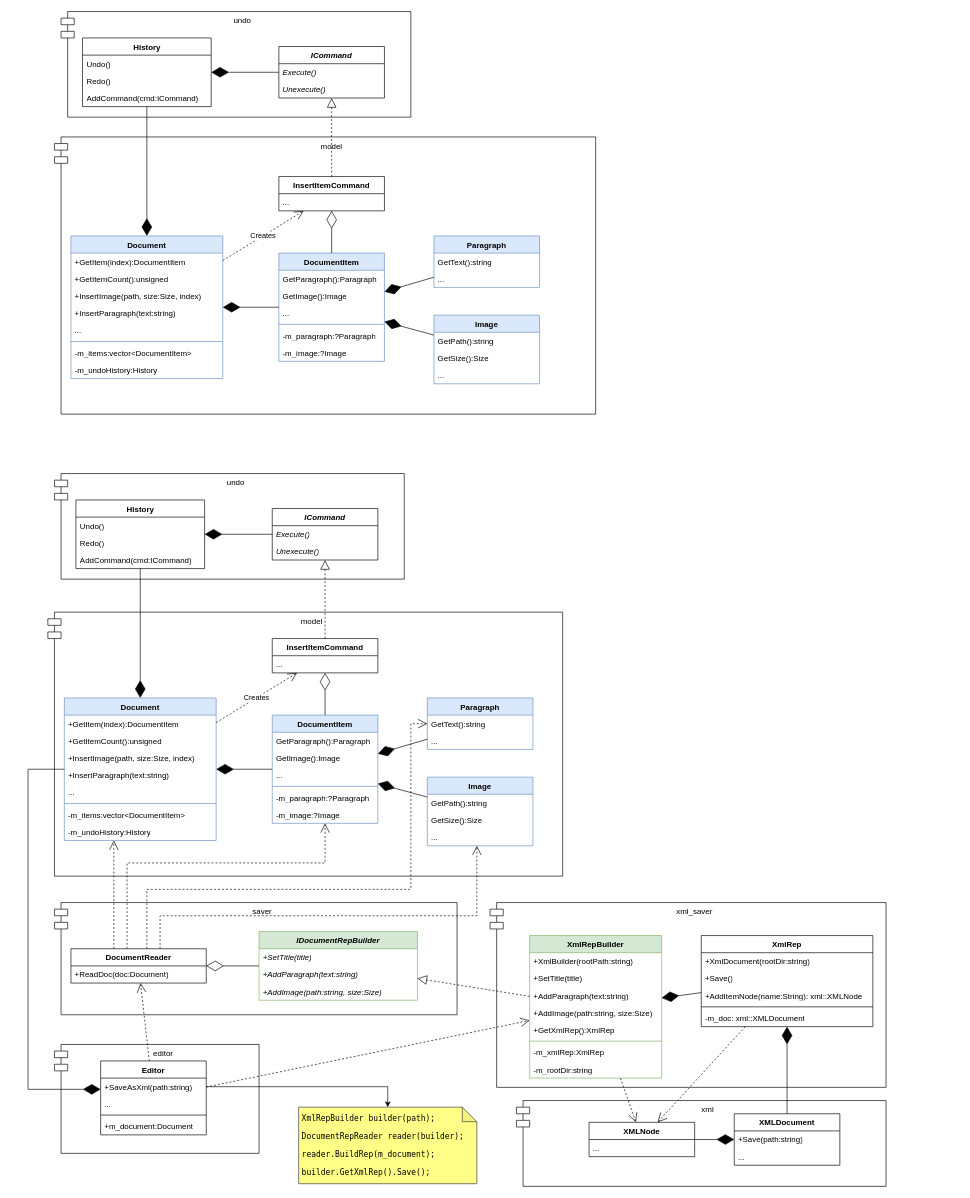
Earlier version of the draw.io diagram lectures/15.builder/document-saver.drawio (alexey-malov/ood). Source tidied: cells renumbered, new cells numbered last; positions are measured from the earlier drawing's top-left corner, leaving out a move shared by most shapes. Both pictures are drawn from the tidied source at 66%, with x=0, y=0 at pixel (28, 11).
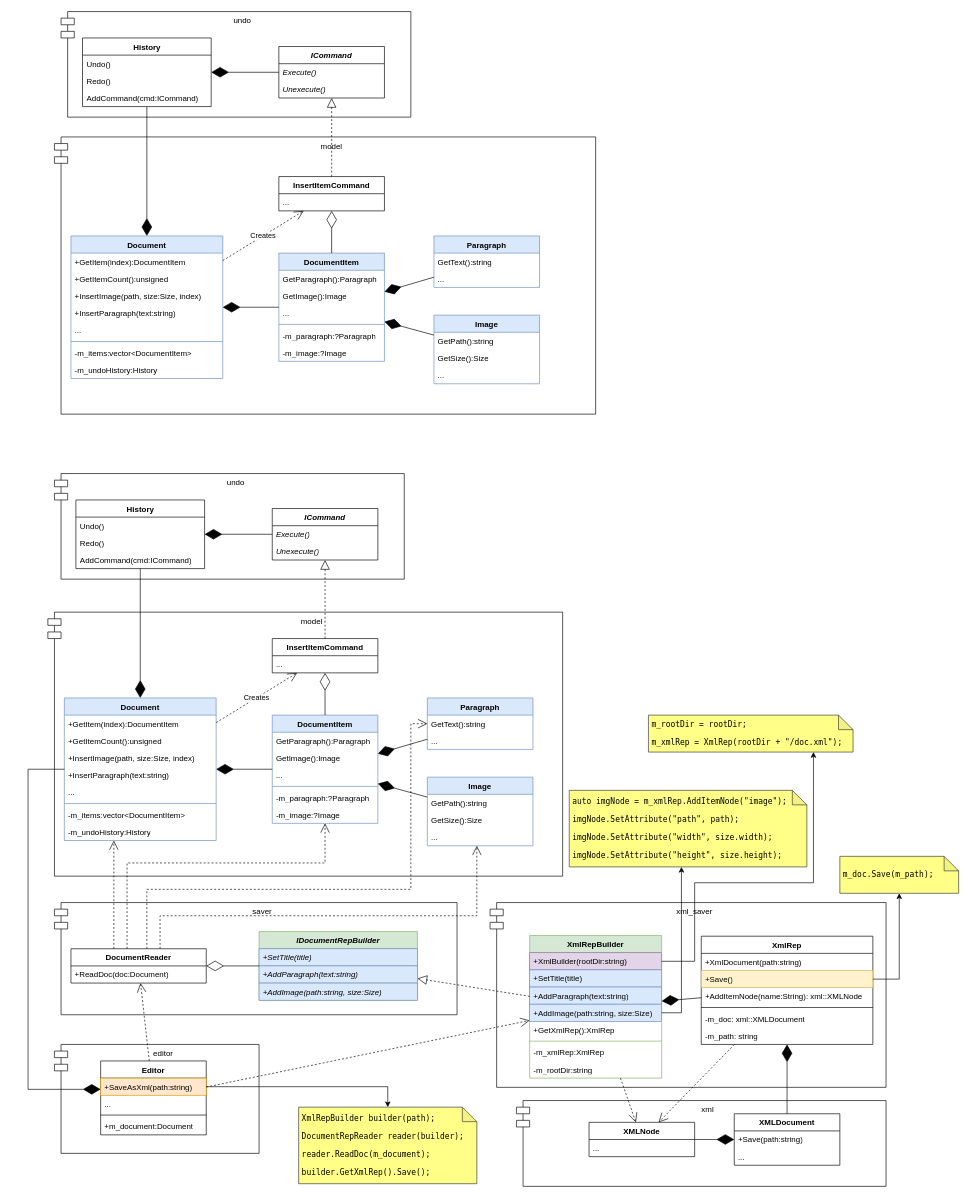
Above is the later version.

The change refers to these unchanged cells:
```xml
<mxCell id="90" value="IDocumentRepBuilder" style="swimlane;fontStyle=3;align=center;verticalAlign=top;horizontal=1;startSize=26;whiteSpace=wrap;html=1;fillColor=#d5e8d4;strokeColor=#82b366;" parent="1" vertex="1">
  <mxGeometry x="350" y="1394" width="240" height="104" as="geometry" />
</mxCell>
<mxCell id="100" value="XmlRepBuilder" style="swimlane;fontStyle=1;align=center;verticalAlign=top;horizontal=1;startSize=26;whiteSpace=wrap;html=1;fillColor=#d5e8d4;strokeColor=#82b366;" parent="1" vertex="1">
  <mxGeometry x="760" y="1400" width="200" height="216" as="geometry" />
</mxCell>
<mxCell id="127" value="Editor" style="swimlane;fontStyle=1;align=center;verticalAlign=top;horizontal=1;startSize=26;whiteSpace=wrap;html=1;" parent="1" vertex="1">
  <mxGeometry x="110" y="1590" width="160" height="112" as="geometry" />
</mxCell>
```

Change to the diagram source:
```diff
@@
-    <mxCell id="91" value="+SetTitle(title)" style="text;strokeColor=none;fillColor=none;align=left;verticalAlign=top;spacingLeft=4;spacingRight=4;overflow=hidden;whiteSpace=wrap;html=1;fontStyle=2;" parent="90" vertex="1">
+    <mxCell id="91" value="+SetTitle(title)" style="text;strokeColor=#6c8ebf;fillColor=#dae8fc;align=left;verticalAlign=top;spacingLeft=4;spacingRight=4;overflow=hidden;whiteSpace=wrap;html=1;fontStyle=2;" parent="90" vertex="1">
       <mxGeometry y="26" width="240" height="26" as="geometry" />
     </mxCell>
-    <mxCell id="92" value="+AddParagraph(text:string)" style="text;strokeColor=none;fillColor=none;align=left;verticalAlign=top;spacingLeft=4;spacingRight=4;overflow=hidden;whiteSpace=wrap;html=1;fontStyle=2;" parent="90" vertex="1">
+    <mxCell id="92" value="+AddParagraph(text:string)" style="text;strokeColor=#6c8ebf;fillColor=#dae8fc;align=left;verticalAlign=top;spacingLeft=4;spacingRight=4;overflow=hidden;whiteSpace=wrap;html=1;fontStyle=2;" parent="90" vertex="1">
       <mxGeometry y="52" width="240" height="26" as="geometry" />
     </mxCell>
-    <mxCell id="93" value="+AddImage(path:string, size:Size)" style="text;strokeColor=none;fillColor=none;align=left;verticalAlign=top;spacingLeft=4;spacingRight=4;overflow=hidden;whiteSpace=wrap;html=1;fontStyle=2;" parent="90" vertex="1">
+    <mxCell id="93" value="+AddImage(path:string, size:Size)" style="text;strokeColor=#6c8ebf;fillColor=#dae8fc;align=left;verticalAlign=top;spacingLeft=4;spacingRight=4;overflow=hidden;whiteSpace=wrap;html=1;fontStyle=2;" parent="90" vertex="1">
       <mxGeometry y="78" width="240" height="26" as="geometry" />
     </mxCell>
@@
-    <mxCell id="101" value="+XmlBuilder(rootPath:string)" style="text;strokeColor=none;fillColor=none;align=left;verticalAlign=top;spacingLeft=4;spacingRight=4;overflow=hidden;points=[[0,0.5],[1,0.5]];portConstraint=eastwest;whiteSpace=wrap;html=1;" parent="100" vertex="1">
+    <mxCell id="101" value="+XmlBuilder(rootDir:string)" style="text;strokeColor=#9673a6;fillColor=#e1d5e7;align=left;verticalAlign=top;spacingLeft=4;spacingRight=4;overflow=hidden;points=[[0,0.5],[1,0.5]];portConstraint=eastwest;whiteSpace=wrap;html=1;" parent="100" vertex="1">
       <mxGeometry y="26" width="200" height="26" as="geometry" />
     </mxCell>
-    <mxCell id="102" value="+SetTitle(title)" style="text;strokeColor=none;fillColor=none;align=left;verticalAlign=top;spacingLeft=4;spacingRight=4;overflow=hidden;whiteSpace=wrap;html=1;fontStyle=0;" parent="100" vertex="1">
+    <mxCell id="102" value="+SetTitle(title)" style="text;strokeColor=#6c8ebf;fillColor=#dae8fc;align=left;verticalAlign=top;spacingLeft=4;spacingRight=4;overflow=hidden;whiteSpace=wrap;html=1;fontStyle=0;" parent="100" vertex="1">
       <mxGeometry y="52" width="200" height="26" as="geometry" />
     </mxCell>
-    <mxCell id="103" value="+AddParagraph(text:string)" style="text;strokeColor=none;fillColor=none;align=left;verticalAlign=top;spacingLeft=4;spacingRight=4;overflow=hidden;whiteSpace=wrap;html=1;fontStyle=0;" parent="100" vertex="1">
+    <mxCell id="103" value="+AddParagraph(text:string)" style="text;strokeColor=#6c8ebf;fillColor=#dae8fc;align=left;verticalAlign=top;spacingLeft=4;spacingRight=4;overflow=hidden;whiteSpace=wrap;html=1;fontStyle=0;" parent="100" vertex="1">
       <mxGeometry y="78" width="200" height="26" as="geometry" />
     </mxCell>
-    <mxCell id="104" value="+AddImage(path:string, size:Size)" style="text;strokeColor=none;fillColor=none;align=left;verticalAlign=top;spacingLeft=4;spacingRight=4;overflow=hidden;points=[[0,0.5],[1,0.5]];portConstraint=eastwest;whiteSpace=wrap;html=1;fontStyle=0;" parent="100" vertex="1">
+    <mxCell id="104" value="+AddImage(path:string, size:Size)" style="text;strokeColor=#6c8ebf;fillColor=#dae8fc;align=left;verticalAlign=top;spacingLeft=4;spacingRight=4;overflow=hidden;points=[[0,0.5],[1,0.5]];portConstraint=eastwest;whiteSpace=wrap;html=1;fontStyle=0;" parent="100" vertex="1">
       <mxGeometry y="104" width="200" height="26" as="geometry" />
     </mxCell>
@@
     <mxCell id="110" value="XmlRep" style="swimlane;fontStyle=1;align=center;verticalAlign=top;horizontal=1;startSize=26;whiteSpace=wrap;html=1;" parent="1" vertex="1">
-      <mxGeometry x="1020" y="1400" width="260" height="138" as="geometry" />
+      <mxGeometry x="1020" y="1401" width="260" height="164" as="geometry" />
     </mxCell>
-    <mxCell id="111" value="+XmlDocument(rootDir:string)" style="text;strokeColor=none;fillColor=none;align=left;verticalAlign=top;spacingLeft=4;spacingRight=4;overflow=hidden;whiteSpace=wrap;html=1;" parent="110" vertex="1">
+    <mxCell id="111" value="+XmlDocument(path:string)" style="text;strokeColor=none;fillColor=none;align=left;verticalAlign=top;spacingLeft=4;spacingRight=4;overflow=hidden;whiteSpace=wrap;html=1;" parent="110" vertex="1">
       <mxGeometry y="26" width="260" height="26" as="geometry" />
     </mxCell>
-    <mxCell id="112" value="+Save()" style="text;strokeColor=none;fillColor=none;align=left;verticalAlign=top;spacingLeft=4;spacingRight=4;overflow=hidden;points=[[0,0.5],[1,0.5]];portConstraint=eastwest;whiteSpace=wrap;html=1;" parent="110" vertex="1">
+    <mxCell id="112" value="+Save()" style="text;strokeColor=#d6b656;fillColor=#fff2cc;align=left;verticalAlign=top;spacingLeft=4;spacingRight=4;overflow=hidden;points=[[0,0.5],[1,0.5]];portConstraint=eastwest;whiteSpace=wrap;html=1;" parent="110" vertex="1">
       <mxGeometry y="52" width="260" height="26" as="geometry" />
     </mxCell>
@@
+    <mxCell id="137" value="-m_path&lt;span style=&quot;background-color: transparent; color: light-dark(rgb(0, 0, 0), rgb(255, 255, 255));&quot;&gt;: string&lt;/span&gt;" style="text;strokeColor=none;fillColor=none;align=left;verticalAlign=top;spacingLeft=4;spacingRight=4;overflow=hidden;whiteSpace=wrap;html=1;" parent="110" vertex="1">
+      <mxGeometry y="138" width="260" height="26" as="geometry" />
+    </mxCell>
@@
-    <mxCell id="128" value="+SaveAsXml(path:string)" style="text;strokeColor=none;fillColor=none;align=left;verticalAlign=top;spacingLeft=4;spacingRight=4;overflow=hidden;points=[[0,0.5],[1,0.5]];portConstraint=eastwest;whiteSpace=wrap;html=1;" parent="127" vertex="1">
+    <mxCell id="128" value="+SaveAsXml(path:string)" style="text;strokeColor=#d79b00;fillColor=#ffe6cc;align=left;verticalAlign=top;spacingLeft=4;spacingRight=4;overflow=hidden;points=[[0,0.5],[1,0.5]];portConstraint=eastwest;whiteSpace=wrap;html=1;" parent="127" vertex="1">
       <mxGeometry y="26" width="160" height="26" as="geometry" />
     </mxCell>
@@
-    <mxCell id="135" value="&lt;pre&gt;&lt;font face=&quot;Lucida Console&quot;&gt;XmlRepBuilder builder(path);&lt;/font&gt;&lt;/pre&gt;&lt;pre&gt;&lt;font face=&quot;Lucida Console&quot;&gt;DocumentRepReader reader(builder);&lt;/font&gt;&lt;/pre&gt;&lt;pre&gt;&lt;font face=&quot;Lucida Console&quot;&gt;reader.BuildRep(m_document);&lt;/font&gt;&lt;/pre&gt;&lt;pre&gt;&lt;font face=&quot;Lucida Console&quot;&gt;builder.GetXmlRep().Save();&lt;/font&gt;&lt;/pre&gt;" style="shape=note;whiteSpace=wrap;html=1;backgroundOutline=1;darkOpacity=0.05;align=left;fillColor=#ffff88;strokeColor=#36393d;spacingLeft=3;size=22;" parent="1" vertex="1">
+    <mxCell id="135" value="&lt;pre&gt;&lt;font face=&quot;Lucida Console&quot;&gt;XmlRepBuilder builder(path);&lt;/font&gt;&lt;/pre&gt;&lt;pre&gt;&lt;font face=&quot;Lucida Console&quot;&gt;DocumentRepReader reader(builder);&lt;/font&gt;&lt;/pre&gt;&lt;pre&gt;&lt;font face=&quot;Lucida Console&quot;&gt;reader.ReadDoc(m_document);&lt;/font&gt;&lt;/pre&gt;&lt;pre&gt;&lt;font face=&quot;Lucida Console&quot;&gt;builder.GetXmlRep().Save();&lt;/font&gt;&lt;/pre&gt;" style="shape=note;whiteSpace=wrap;html=1;backgroundOutline=1;darkOpacity=0.05;align=left;fillColor=#ffff88;strokeColor=#36393d;spacingLeft=3;size=22;" parent="1" vertex="1">
       <mxGeometry x="410" y="1660" width="270" height="116" as="geometry" />
     </mxCell>
@@
+    <mxCell id="138" value="&lt;pre&gt;&lt;font face=&quot;Lucida Console&quot;&gt;auto imgNode = m_xmlRep.AddItemNode(&quot;image&quot;);&lt;/font&gt;&lt;/pre&gt;&lt;pre&gt;&lt;font face=&quot;Lucida Console&quot;&gt;imgNode.SetAttribute(&quot;path&quot;, path);&lt;/font&gt;&lt;/pre&gt;&lt;pre&gt;&lt;font face=&quot;Lucida Console&quot;&gt;imgNode.SetAttribute(&quot;width&quot;, size.width);&lt;/font&gt;&lt;/pre&gt;&lt;pre&gt;&lt;font face=&quot;Lucida Console&quot;&gt;imgNode.SetAttribute(&quot;height&quot;, size.height);&lt;/font&gt;&lt;/pre&gt;" style="shape=note;whiteSpace=wrap;html=1;backgroundOutline=1;darkOpacity=0.05;align=left;fillColor=#ffff88;strokeColor=#36393d;spacingLeft=3;size=22;" parent="1" vertex="1">
+      <mxGeometry x="820" y="1180" width="360" height="116" as="geometry" />
+    </mxCell>
+    <mxCell id="139" style="edgeStyle=orthogonalEdgeStyle;rounded=0;jettySize=auto;html=1;" parent="1" edge="1" source="104" target="138">
+      <mxGeometry relative="1" as="geometry">
+        <Array as="points">
+          <mxPoint x="990" y="1517" />
+        </Array>
+      </mxGeometry>
+    </mxCell>
+    <mxCell id="140" value="&lt;pre&gt;&lt;font face=&quot;Lucida Console&quot;&gt;m_doc.Save(m_path);&lt;/font&gt;&lt;/pre&gt;" style="shape=note;whiteSpace=wrap;html=1;backgroundOutline=1;darkOpacity=0.05;align=left;fillColor=#ffff88;strokeColor=#36393d;spacingLeft=3;size=22;" parent="1" vertex="1">
+      <mxGeometry x="1230" y="1280" width="180" height="56" as="geometry" />
+    </mxCell>
+    <mxCell id="141" style="edgeStyle=orthogonalEdgeStyle;rounded=0;jettySize=auto;html=1;" parent="1" edge="1" source="112" target="140">
+      <mxGeometry relative="1" as="geometry" />
+    </mxCell>
+    <mxCell id="142" value="&lt;pre&gt;&lt;font face=&quot;Lucida Console&quot;&gt;m_rootDir = rootDir;&lt;/font&gt;&lt;/pre&gt;&lt;pre&gt;&lt;font face=&quot;Lucida Console&quot;&gt;m_xmlRep = XmlRep(rootDir + &quot;/doc.xml&quot;);&lt;/font&gt;&lt;/pre&gt;" style="shape=note;whiteSpace=wrap;html=1;backgroundOutline=1;darkOpacity=0.05;align=left;fillColor=#ffff88;strokeColor=#36393d;spacingLeft=3;size=22;" parent="1" vertex="1">
+      <mxGeometry x="940" y="1066" width="310" height="56" as="geometry" />
+    </mxCell>
+    <mxCell id="143" style="edgeStyle=orthogonalEdgeStyle;rounded=0;jettySize=auto;html=1;" parent="1" edge="1" source="101" target="142">
+      <mxGeometry relative="1" as="geometry">
+        <Array as="points">
+          <mxPoint x="1010" y="1439" />
+          <mxPoint x="1010" y="1320" />
+          <mxPoint x="1190" y="1320" />
+        </Array>
+      </mxGeometry>
+    </mxCell>
```
